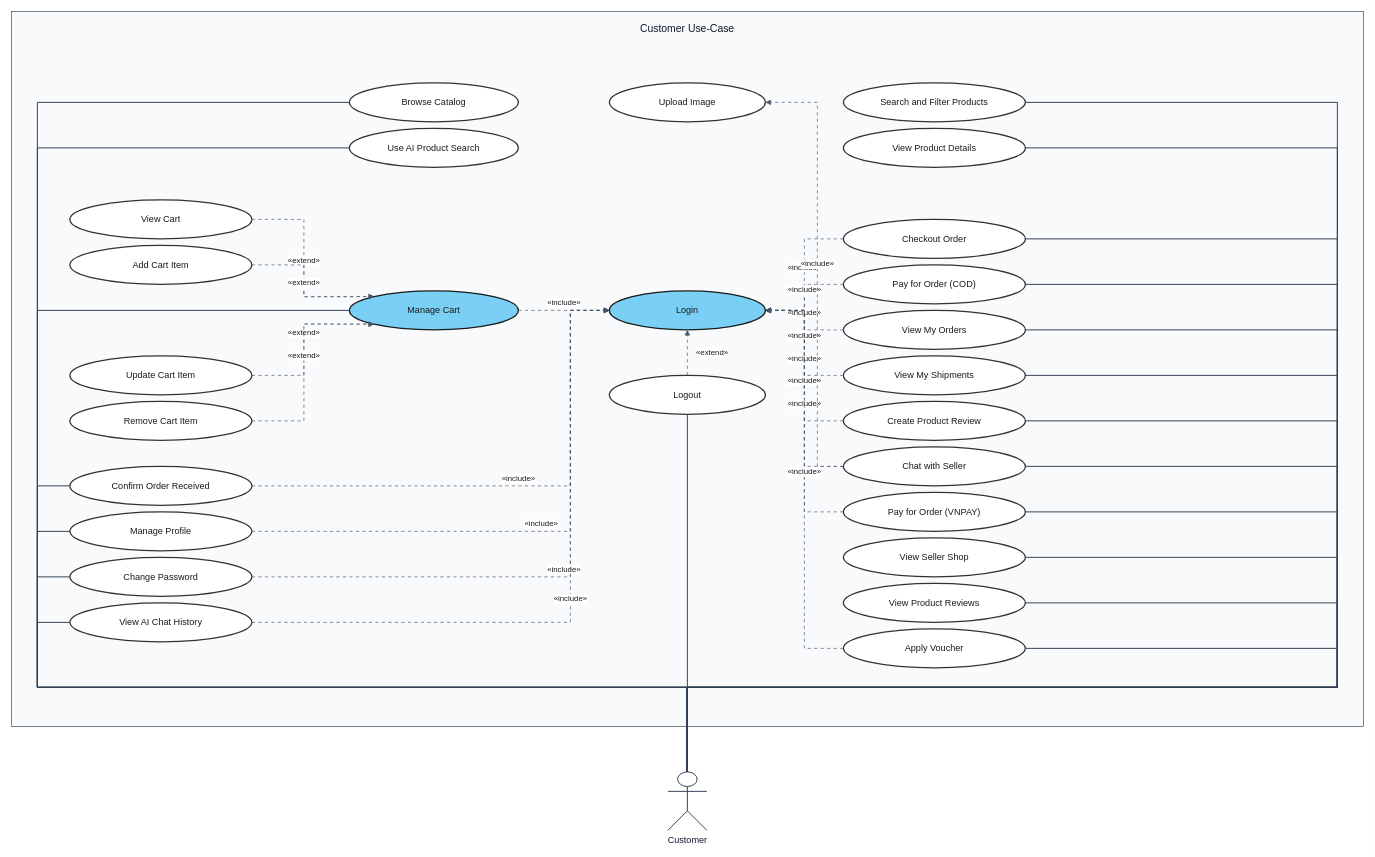
Before: usecase-diagram/customer-usecases.drawio in e-commercial-marketplace/commerce-platform-docs, a draw.io diagram. Source tidied: cells renumbered, new cells numbered last; positions are measured from the earlier drawing's top-left corner, leaving out a move shared by most shapes. Both pictures are drawn from the tidied source at 65%, with x=0, y=0 at pixel (11, 11).
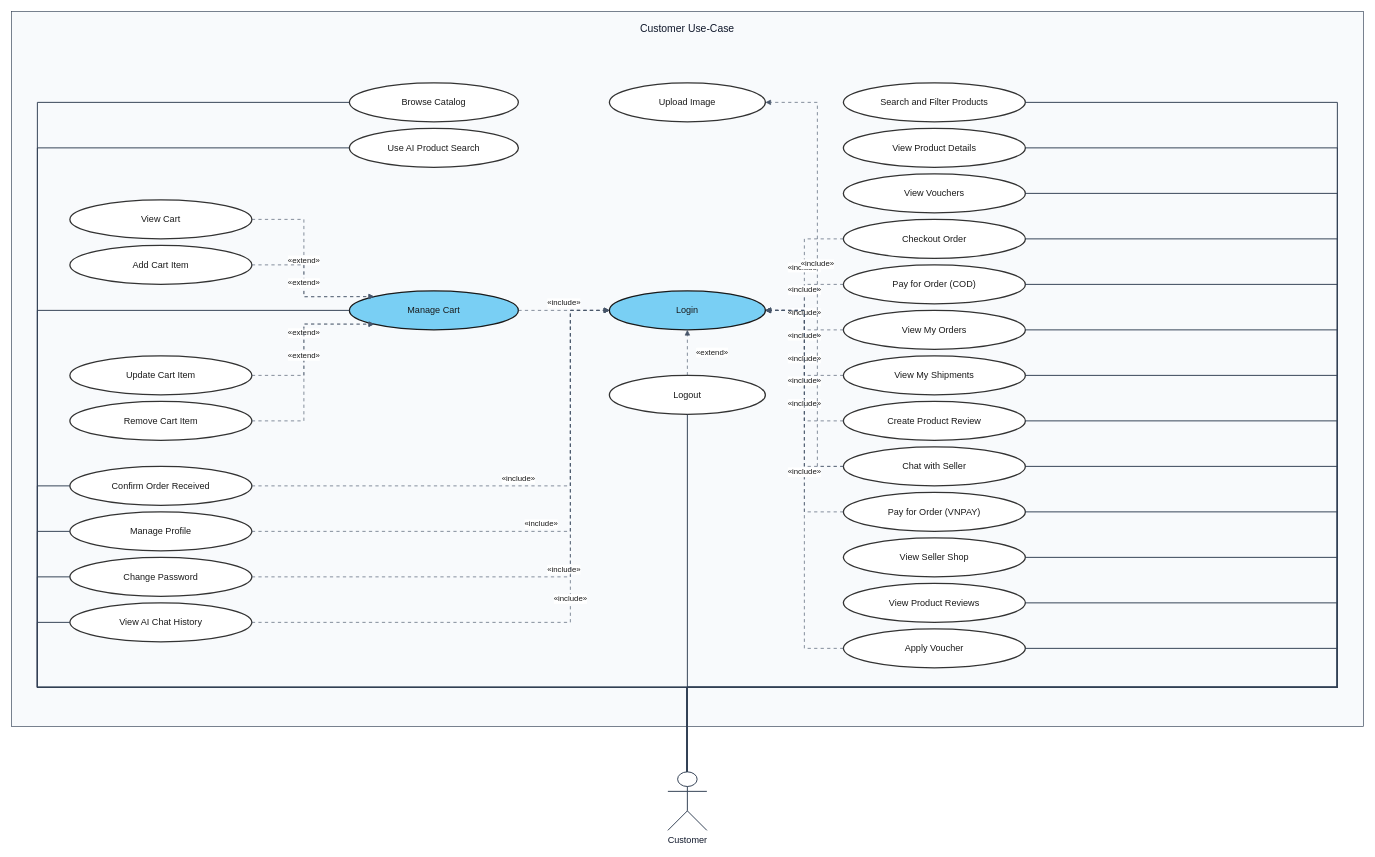
The same page after the edit.

The change refers to these unchanged cells:
```xml
<mxCell id="29" value="Customer" style="shape=umlActor;verticalLabelPosition=bottom;verticalAlign=top;html=1;outlineConnect=0;fillColor=#ffffff;strokeColor=#334155;strokeWidth=1.5;fontColor=#0f172a;fontSize=14;fontStyle=0;" parent="1" vertex="1">
  <mxGeometry x="1010" y="1170" width="60" height="90" as="geometry" />
</mxCell>
```

The edit, as a diff of the source:
```diff
@@
+    <mxCell id="69" value="View Vouchers" style="ellipse;whiteSpace=wrap;html=1;align=center;verticalAlign=middle;fillColor=#ffffff;strokeColor=#333333;strokeWidth=2;fontColor=#1A1A1A;fontSize=14;fontStyle=0;" parent="1" vertex="1">
+      <mxGeometry x="1280" y="250" width="280" height="60" as="geometry" />
+    </mxCell>
@@
+    <mxCell id="70" style="endArrow=none;html=1;rounded=0;strokeColor=#334155;strokeWidth=1.5;exitX=0.5;exitY=0;exitDx=0;exitDy=0;exitPerimeter=0;entryX=1;entryY=0.5;entryDx=0;entryDy=0;entryPerimeter=0;" parent="1" edge="1" source="29" target="69">
+      <mxGeometry relative="1" as="geometry">
+        <Array as="points">
+          <mxPoint x="1040" y="1040" />
+          <mxPoint x="2040" y="1040" />
+          <mxPoint x="2040" y="280" />
+        </Array>
+        <mxPoint y="-11" as="offset" />
+      </mxGeometry>
+    </mxCell>
```
